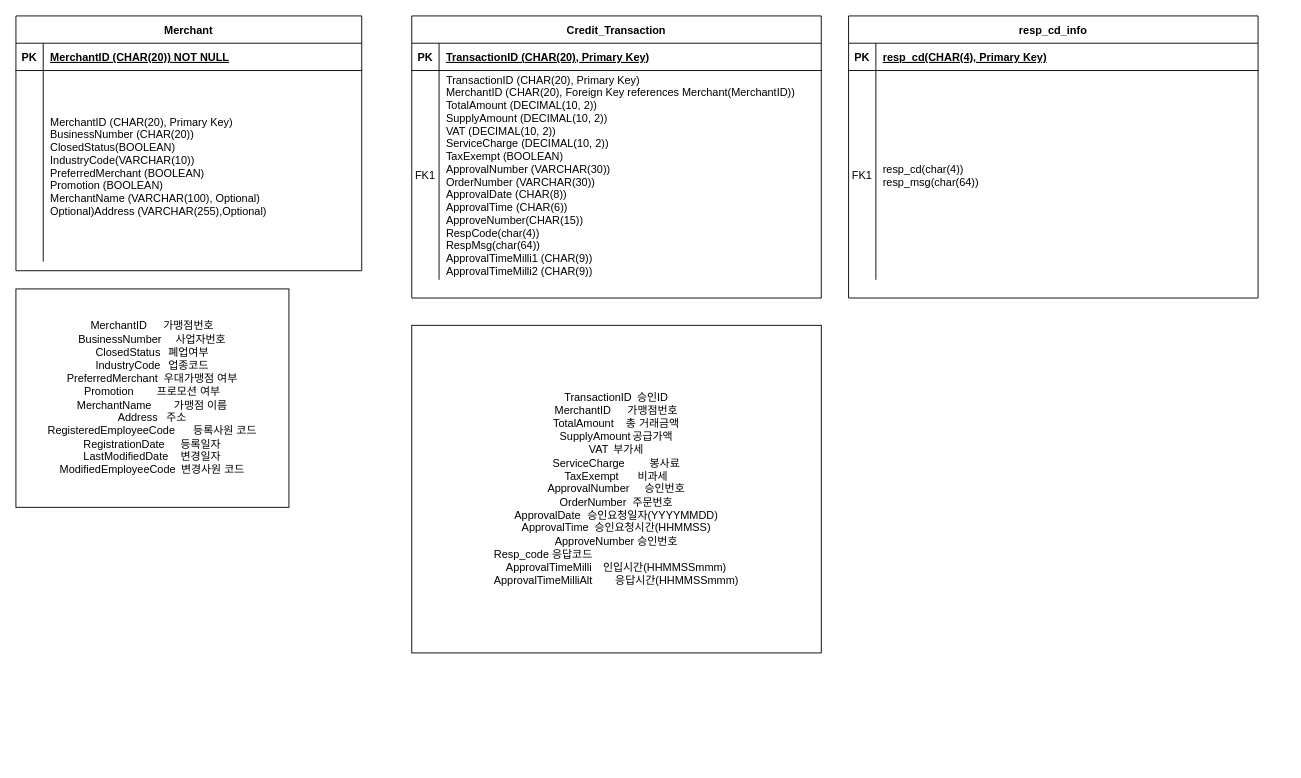
SongJuHeon/payments keeps this draw.io diagram as 결제.drawio. Above is the earlier version. Source tidied: cells renumbered, new cells numbered last; positions are measured from the earlier drawing's top-left corner, leaving out a move shared by most shapes. Both pictures are drawn from the tidied source at 91%, with x=0, y=0 at pixel (15, 15).
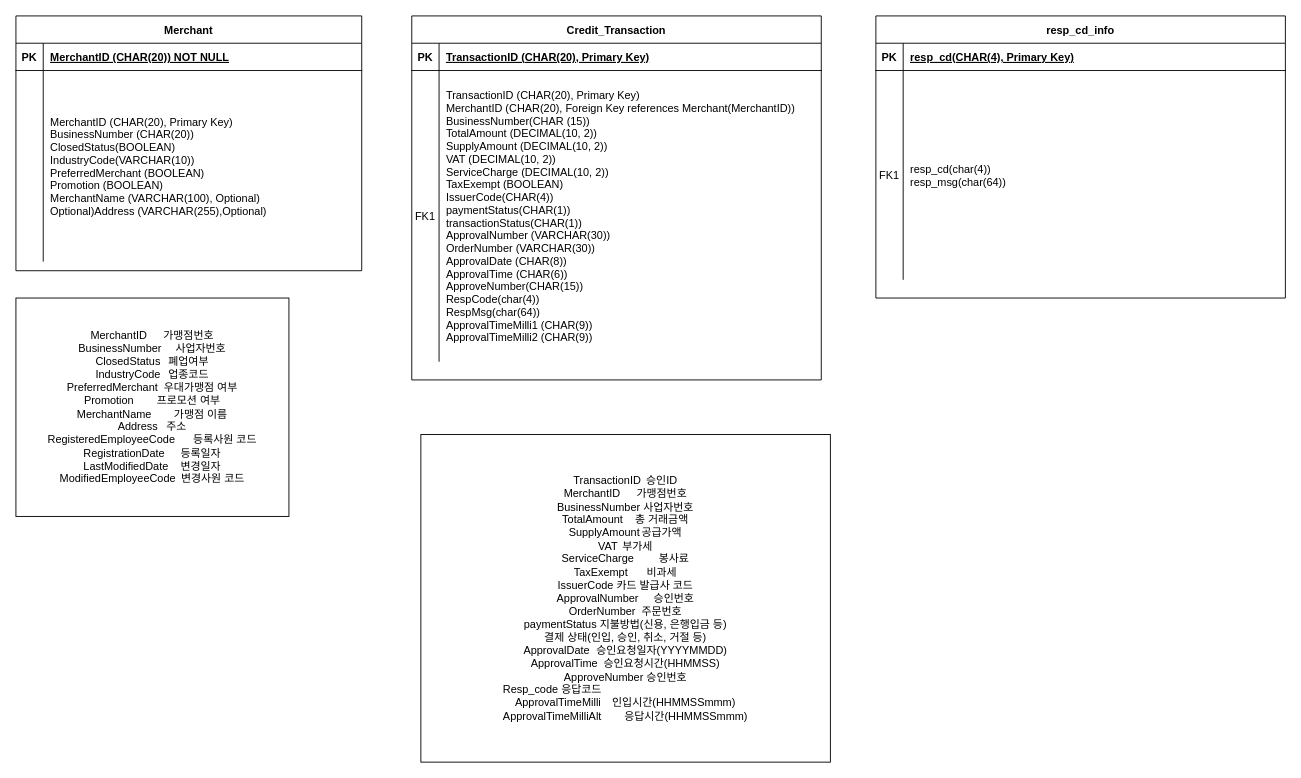
The same page after the edit.

Commit message:
결제.drawio 업데이트

The edit, as a diff of the source:
```diff
@@
     <mxCell id="2" value="Credit_Transaction" style="shape=table;startSize=30;childLayout=tableLayout;rowLines=0;fontStyle=1;align=center;" parent="1" vertex="1">
-      <mxGeometry x="435" width="450" height="310" as="geometry" />
+      <mxGeometry x="435" width="450" height="400" as="geometry" />
     </mxCell>
@@
     <mxCell id="6" style="shape=partialRectangle;fillColor=none;top=0;left=0;right=0;bottom=0;" parent="2" vertex="1">
-      <mxGeometry y="60" width="450" height="230" as="geometry" />
+      <mxGeometry y="60" width="450" height="320" as="geometry" />
     </mxCell>
     <mxCell id="7" value="FK1" style="shape=partialRectangle;overflow=hidden;fillColor=none;top=0;left=0;bottom=0;right=0;" parent="6" vertex="1">
-      <mxGeometry width="30" height="230" as="geometry" />
+      <mxGeometry width="30" height="320" as="geometry" />
     </mxCell>
-    <mxCell id="8" value="TransactionID (CHAR(20), Primary Key)&#10;MerchantID (CHAR(20), Foreign Key references Merchant(MerchantID))&#10;TotalAmount (DECIMAL(10, 2))&#10;SupplyAmount (DECIMAL(10, 2))&#10;VAT (DECIMAL(10, 2))&#10;ServiceCharge (DECIMAL(10, 2))&#10;TaxExempt (BOOLEAN)&#10;ApprovalNumber (VARCHAR(30))&#10;OrderNumber (VARCHAR(30))&#10;ApprovalDate (CHAR(8)) &#10;ApprovalTime (CHAR(6)) &#10;ApproveNumber(CHAR(15))&#10;RespCode(char(4))&#10;RespMsg(char(64))&#10;ApprovalTimeMilli1 (CHAR(9)) &#10;ApprovalTimeMilli2 (CHAR(9)) " style="shape=partialRectangle;overflow=hidden;fillColor=none;top=0;left=0;bottom=0;right=0;align=left;spacingLeft=6;" parent="6" vertex="1">
-      <mxGeometry x="30" width="420" height="230" as="geometry" />
+    <mxCell id="8" value="TransactionID (CHAR(20), Primary Key)&#10;MerchantID (CHAR(20), Foreign Key references Merchant(MerchantID))&#10;BusinessNumber(CHAR (15))&#10;TotalAmount (DECIMAL(10, 2))&#10;SupplyAmount (DECIMAL(10, 2))&#10;VAT (DECIMAL(10, 2))&#10;ServiceCharge (DECIMAL(10, 2))&#10;TaxExempt (BOOLEAN)&#10;IssuerCode(CHAR(4))&#10;paymentStatus(CHAR(1))&#10;transactionStatus(CHAR(1))&#10;ApprovalNumber (VARCHAR(30))&#10;OrderNumber (VARCHAR(30))&#10;ApprovalDate (CHAR(8)) &#10;ApprovalTime (CHAR(6)) &#10;ApproveNumber(CHAR(15))&#10;RespCode(char(4))&#10;RespMsg(char(64))&#10;ApprovalTimeMilli1 (CHAR(9)) &#10;ApprovalTimeMilli2 (CHAR(9)) " style="shape=partialRectangle;overflow=hidden;fillColor=none;top=0;left=0;bottom=0;right=0;align=left;spacingLeft=6;" parent="6" vertex="1">
+      <mxGeometry x="30" width="420" height="320" as="geometry" />
     </mxCell>
@@
     <mxCell id="16" value="&lt;div&gt;MerchantID&lt;span style=&quot;white-space:pre&quot;&gt;&#9;&lt;/span&gt;가맹점번호&lt;/div&gt;&lt;div&gt;BusinessNumber&lt;span style=&quot;white-space:pre&quot;&gt;&#9;&lt;/span&gt;사업자번호&lt;/div&gt;&lt;div&gt;ClosedStatus&lt;span style=&quot;white-space:pre&quot;&gt;&#9;&lt;/span&gt;폐업여부&lt;/div&gt;&lt;div&gt;IndustryCode&lt;span style=&quot;white-space:pre&quot;&gt;&#9;&lt;/span&gt;업종코드&lt;/div&gt;&lt;div&gt;PreferredMerchant&lt;span style=&quot;white-space:pre&quot;&gt;&#9;&lt;/span&gt;우대가맹점 여부&lt;/div&gt;&lt;div&gt;Promotion&lt;span style=&quot;white-space:pre&quot;&gt;&#9;&lt;/span&gt;프로모션 여부&lt;/div&gt;&lt;div&gt;MerchantName&lt;span style=&quot;white-space:pre&quot;&gt;&#9;&lt;/span&gt;가맹점 이름&lt;/div&gt;&lt;div&gt;Address&lt;span style=&quot;white-space:pre&quot;&gt;&#9;&lt;/span&gt;주소&lt;/div&gt;&lt;div&gt;RegisteredEmployeeCode&lt;span style=&quot;white-space:pre&quot;&gt;&#9;&lt;/span&gt;등록사원 코드&lt;/div&gt;&lt;div&gt;RegistrationDate&lt;span style=&quot;white-space:pre&quot;&gt;&#9;&lt;/span&gt;등록일자&lt;/div&gt;&lt;div&gt;LastModifiedDate&lt;span style=&quot;white-space:pre&quot;&gt;&#9;&lt;/span&gt;변경일자&lt;/div&gt;&lt;div&gt;ModifiedEmployeeCode&lt;span style=&quot;white-space:pre&quot;&gt;&#9;&lt;/span&gt;변경사원 코드&lt;/div&gt;" style="rounded=0;whiteSpace=wrap;html=1;" parent="1" vertex="1">
-      <mxGeometry y="300" width="300" height="240" as="geometry" />
+      <mxGeometry y="310" width="300" height="240" as="geometry" />
     </mxCell>
-    <mxCell id="17" value="&lt;div&gt;TransactionID&lt;span style=&quot;white-space:pre&quot;&gt;&#9;&lt;/span&gt;승인ID&lt;/div&gt;&lt;div&gt;MerchantID&lt;span style=&quot;white-space:pre&quot;&gt;&#9;&lt;/span&gt;가맹점번호&lt;/div&gt;&lt;div&gt;TotalAmount&lt;span style=&quot;white-space:pre&quot;&gt;&#9;&lt;/span&gt;총 거래금액&lt;/div&gt;&lt;div&gt;SupplyAmount&lt;span style=&quot;white-space:pre&quot;&gt;&#9;&lt;/span&gt;공급가액&lt;/div&gt;&lt;div&gt;VAT&lt;span style=&quot;white-space:pre&quot;&gt;&#9;&lt;/span&gt;부가세&lt;/div&gt;&lt;div&gt;ServiceCharge&lt;span style=&quot;white-space:pre&quot;&gt;&#9;&lt;/span&gt;봉사료&lt;/div&gt;&lt;div&gt;TaxExempt&lt;span style=&quot;white-space:pre&quot;&gt;&#9;&lt;/span&gt;비과세&lt;/div&gt;&lt;div&gt;ApprovalNumber&lt;span style=&quot;white-space:pre&quot;&gt;&#9;&lt;/span&gt;승인번호&lt;/div&gt;&lt;div&gt;OrderNumber&lt;span style=&quot;white-space:pre&quot;&gt;&#9;&lt;/span&gt;주문번호&lt;/div&gt;&lt;div&gt;ApprovalDate&lt;span style=&quot;white-space:pre&quot;&gt;&#9;&lt;/span&gt;승인요청일자(YYYYMMDD)&lt;/div&gt;&lt;div&gt;ApprovalTime&lt;span style=&quot;white-space:pre&quot;&gt;&#9;&lt;/span&gt;승인요청시간(HHMMSS)&lt;/div&gt;&lt;div&gt;&lt;span style=&quot;text-align: left; text-wrap: nowrap;&quot;&gt;ApproveNumber 승인번호&lt;/span&gt;&lt;br&gt;&lt;/div&gt;&lt;div style=&quot;text-align: left;&quot;&gt;&lt;span style=&quot;text-wrap: nowrap;&quot;&gt;Resp_code 응답코드&lt;/span&gt;&lt;/div&gt;&lt;div&gt;ApprovalTimeMilli&lt;span style=&quot;white-space:pre&quot;&gt;&#9;&lt;/span&gt;인입시간(HHMMSSmmm)&lt;/div&gt;&lt;div&gt;ApprovalTimeMilliAlt&lt;span style=&quot;white-space:pre&quot;&gt;&#9;&lt;/span&gt;응답시간(HHMMSSmmm)&lt;/div&gt;" style="rounded=0;whiteSpace=wrap;html=1;" parent="1" vertex="1">
-      <mxGeometry x="435" y="340" width="450" height="360" as="geometry" />
+    <mxCell id="17" value="&lt;div&gt;TransactionID&lt;span style=&quot;white-space:pre&quot;&gt;&#9;&lt;/span&gt;승인ID&lt;/div&gt;&lt;div&gt;MerchantID&lt;span style=&quot;white-space:pre&quot;&gt;&#9;&lt;/span&gt;가맹점번호&lt;/div&gt;&lt;div&gt;&lt;span style=&quot;text-align: left; text-wrap: nowrap;&quot;&gt;BusinessNumber 사업자번호&lt;/span&gt;&lt;br&gt;&lt;/div&gt;&lt;div&gt;TotalAmount&lt;span style=&quot;white-space:pre&quot;&gt;&#9;&lt;/span&gt;총 거래금액&lt;/div&gt;&lt;div&gt;SupplyAmount&lt;span style=&quot;white-space:pre&quot;&gt;&#9;&lt;/span&gt;공급가액&lt;/div&gt;&lt;div&gt;VAT&lt;span style=&quot;white-space:pre&quot;&gt;&#9;&lt;/span&gt;부가세&lt;/div&gt;&lt;div&gt;ServiceCharge&lt;span style=&quot;white-space:pre&quot;&gt;&#9;&lt;/span&gt;봉사료&lt;/div&gt;&lt;div&gt;TaxExempt&lt;span style=&quot;white-space:pre&quot;&gt;&#9;&lt;/span&gt;비과세&lt;/div&gt;&lt;div&gt;&lt;span style=&quot;text-align: left; text-wrap: nowrap;&quot;&gt;IssuerCode 카드 발급사 코드&lt;/span&gt;&lt;br&gt;&lt;/div&gt;&lt;div&gt;ApprovalNumber&lt;span style=&quot;white-space:pre&quot;&gt;&#9;&lt;/span&gt;승인번호&lt;/div&gt;&lt;div&gt;OrderNumber&lt;span style=&quot;white-space:pre&quot;&gt;&#9;&lt;/span&gt;주문번호&lt;/div&gt;&lt;div&gt;&lt;span style=&quot;text-align: left; text-wrap: nowrap;&quot;&gt;paymentStatus 지불방법(신용, 은행입금 등)&lt;/span&gt;&lt;/div&gt;&lt;div&gt;&lt;span style=&quot;text-align: left; text-wrap: nowrap;&quot;&gt;결제 상태(인입, 승인, 취소, 거절 등)&lt;/span&gt;&lt;br&gt;&lt;/div&gt;&lt;div&gt;ApprovalDate&lt;span style=&quot;white-space:pre&quot;&gt;&#9;&lt;/span&gt;승인요청일자(YYYYMMDD)&lt;/div&gt;&lt;div&gt;ApprovalTime&lt;span style=&quot;white-space:pre&quot;&gt;&#9;&lt;/span&gt;승인요청시간(HHMMSS)&lt;/div&gt;&lt;div&gt;&lt;span style=&quot;text-align: left; text-wrap: nowrap;&quot;&gt;ApproveNumber 승인번호&lt;/span&gt;&lt;br&gt;&lt;/div&gt;&lt;div style=&quot;text-align: left;&quot;&gt;&lt;span style=&quot;text-wrap: nowrap;&quot;&gt;Resp_code 응답코드&lt;/span&gt;&lt;/div&gt;&lt;div&gt;ApprovalTimeMilli&lt;span style=&quot;white-space:pre&quot;&gt;&#9;&lt;/span&gt;인입시간(HHMMSSmmm)&lt;/div&gt;&lt;div&gt;ApprovalTimeMilliAlt&lt;span style=&quot;white-space:pre&quot;&gt;&#9;&lt;/span&gt;응답시간(HHMMSSmmm)&lt;/div&gt;" style="rounded=0;whiteSpace=wrap;html=1;" parent="1" vertex="1">
+      <mxGeometry x="445" y="460" width="450" height="360" as="geometry" />
     </mxCell>
     <mxCell id="18" value="resp_cd_info" style="shape=table;startSize=30;childLayout=tableLayout;rowLines=0;fontStyle=1;align=center;" parent="1" vertex="1">
-      <mxGeometry x="915" width="450" height="310" as="geometry" />
+      <mxGeometry x="945" width="450" height="310" as="geometry" />
     </mxCell>
```
